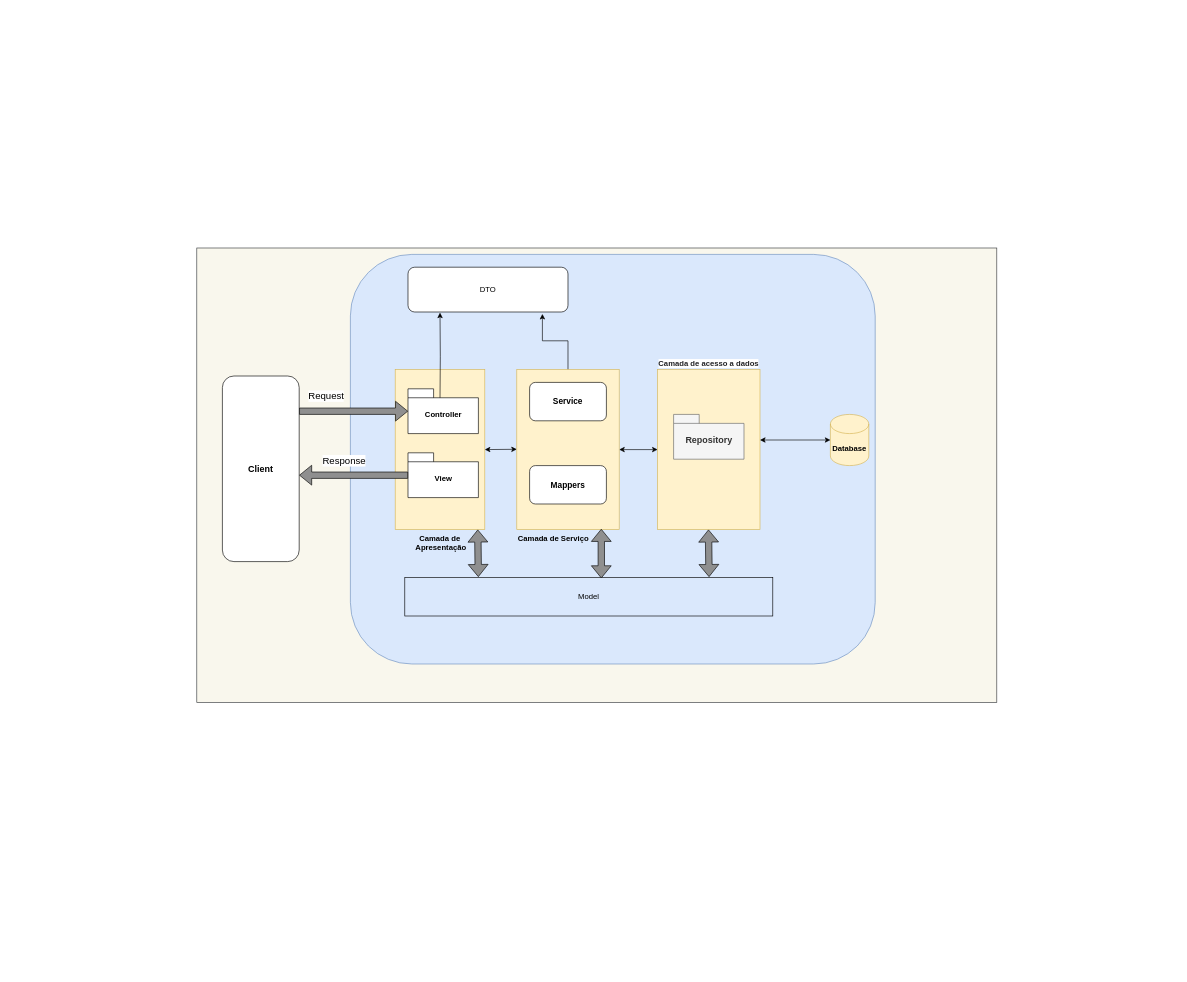
gigibenedetti/MicroServiceSprint1 keeps this draw.io diagram as Untitled Diagram.drawio. Above is the earlier version. Source tidied: cells renumbered, new cells numbered last; positions are measured from the earlier drawing's top-left corner, leaving out a move shared by most shapes. Both pictures are drawn from the tidied source at 64%, with x=0, y=0 at pixel (196, 248).
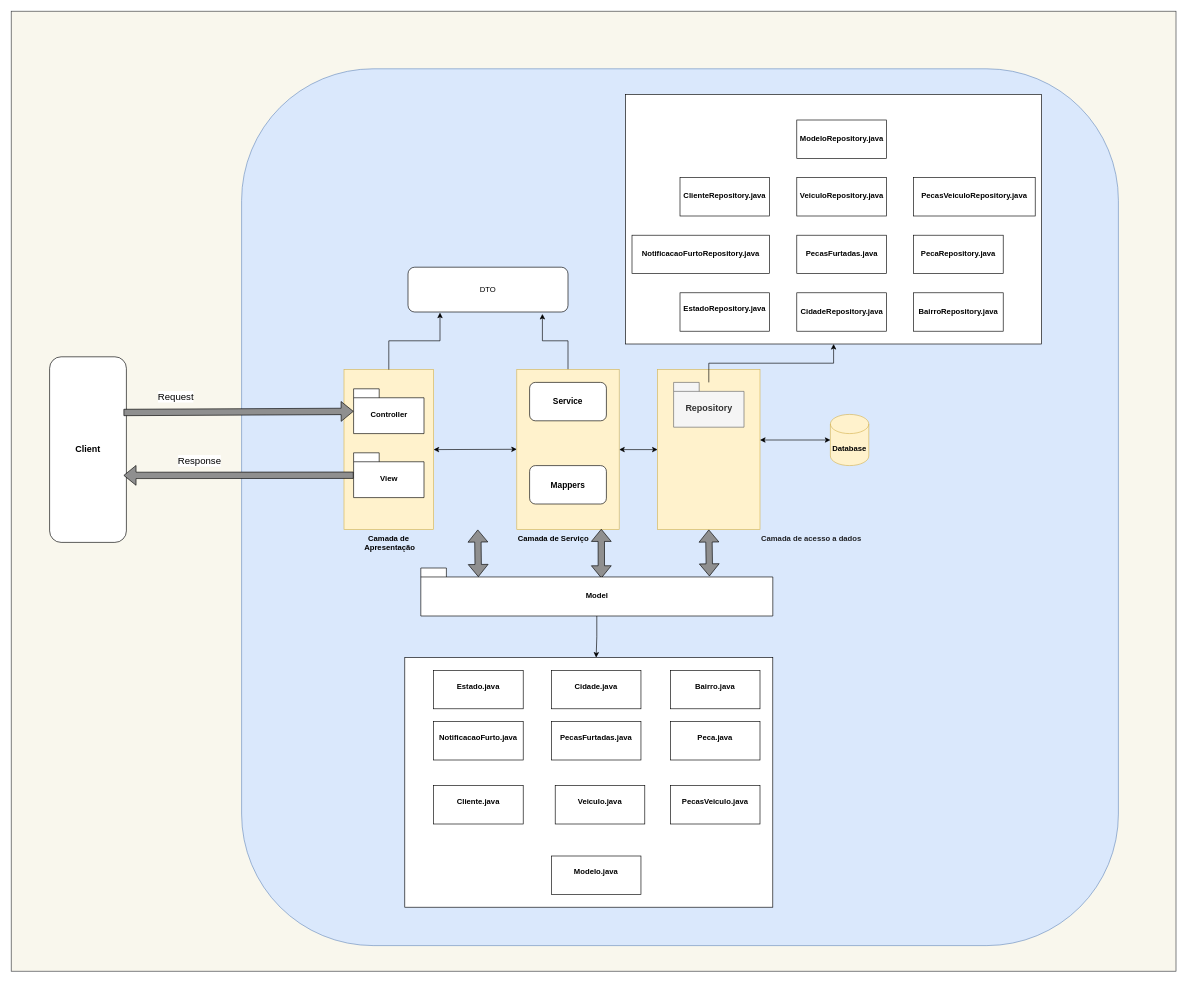
After the change.

The change refers to these unchanged cells:
```xml
<mxCell id="8" value="&lt;b&gt;Camada de Serviço&lt;/b&gt;" style="rounded=0;whiteSpace=wrap;html=1;direction=south;labelPosition=center;verticalLabelPosition=bottom;align=left;verticalAlign=top;fillColor=#fff2cc;strokeColor=#d6b656;" parent="1" vertex="1">
  <mxGeometry x="500" y="190" width="160" height="250" as="geometry" />
</mxCell>
<mxCell id="12" value="DTO" style="rounded=1;whiteSpace=wrap;html=1;" parent="1" vertex="1">
  <mxGeometry x="330" y="30" width="250" height="70" as="geometry" />
</mxCell>
```

The edit, as a diff of the source:
```diff
@@
     <mxCell id="2" style="rounded=0;whiteSpace=wrap;html=1;fillColor=#f9f7ed;strokeColor=#36393d;" parent="1" vertex="1">
-      <mxGeometry width="1250" height="710" as="geometry" />
+      <mxGeometry x="-290" y="-370" width="1820" height="1500" as="geometry" />
     </mxCell>
     <mxCell id="3" style="rounded=1;whiteSpace=wrap;html=1;fillColor=#dae8fc;strokeColor=#6c8ebf;" parent="1" vertex="1">
-      <mxGeometry x="240" y="10" width="820" height="640" as="geometry" />
+      <mxGeometry x="70" y="-280" width="1370" height="1370" as="geometry" />
     </mxCell>
     <mxCell id="4" value="&lt;b&gt;Camada de&lt;br&gt;&amp;nbsp;Apresentação&lt;/b&gt;" style="rounded=0;whiteSpace=wrap;html=1;direction=south;labelPosition=center;verticalLabelPosition=bottom;align=center;verticalAlign=top;fillColor=#fff2cc;strokeColor=#d6b656;" parent="1" vertex="1">
-      <mxGeometry x="310" y="190" width="140" height="250" as="geometry" />
+      <mxGeometry x="230" y="190" width="140" height="250" as="geometry" />
     </mxCell>
-    <mxCell id="5" value="&lt;span style=&quot;color: rgb(32, 33, 36); font-family: arial, sans-serif; font-size: 12px; text-align: left; background-color: rgb(255, 255, 255);&quot;&gt;&lt;b&gt;Camada de acesso a dados&lt;/b&gt;&lt;/span&gt;" style="rounded=0;whiteSpace=wrap;html=1;direction=south;labelPosition=center;verticalLabelPosition=top;align=center;verticalAlign=bottom;fontSize=12;fillColor=#fff2cc;strokeColor=#d6b656;" parent="1" vertex="1">
+    <mxCell id="5" value="&lt;span style=&quot;color: rgb(32 , 33 , 36) ; font-family: &amp;quot;arial&amp;quot; , sans-serif ; font-size: 12px&quot;&gt;&lt;b&gt;Camada de acesso a dados&lt;/b&gt;&lt;/span&gt;" style="rounded=0;whiteSpace=wrap;html=1;direction=south;labelPosition=right;verticalLabelPosition=bottom;align=left;verticalAlign=top;fontSize=12;fillColor=#fff2cc;strokeColor=#d6b656;textDirection=ltr;" parent="1" vertex="1">
       <mxGeometry x="720" y="190" width="160" height="250" as="geometry" />
     </mxCell>
@@
-    <mxCell id="10" style="edgeStyle=orthogonalEdgeStyle;rounded=0;jettySize=auto;html=1;entryX=0.2;entryY=1.014;entryDx=0;entryDy=0;entryPerimeter=0;" parent="1" edge="1" target="12">
-      <mxGeometry relative="1" as="geometry">
-        <mxPoint x="380" y="240" as="sourcePoint" />
-      </mxGeometry>
+    <mxCell id="10" style="edgeStyle=orthogonalEdgeStyle;rounded=0;jettySize=auto;html=1;entryX=0.2;entryY=1.014;entryDx=0;entryDy=0;entryPerimeter=0;exitX=0;exitY=0.5;exitDx=0;exitDy=0;" parent="1" edge="1" source="4" target="12">
+      <mxGeometry relative="1" as="geometry" />
     </mxCell>
@@
     <mxCell id="14" value="Client" style="rounded=1;whiteSpace=wrap;html=1;fontStyle=1;fontSize=14;" parent="1" vertex="1">
-      <mxGeometry x="40" y="200" width="120" height="290" as="geometry" />
+      <mxGeometry x="-230" y="170" width="120" height="290" as="geometry" />
     </mxCell>
     <mxCell id="15" value="View" style="shape=folder;fontStyle=1;spacingTop=10;tabWidth=40;tabHeight=14;tabPosition=left;html=1;" parent="1" vertex="1">
-      <mxGeometry x="330" y="320" width="110" height="70" as="geometry" />
+      <mxGeometry x="245" y="320" width="110" height="70" as="geometry" />
     </mxCell>
     <mxCell id="16" value="Controller" style="shape=folder;fontStyle=1;spacingTop=10;tabWidth=40;tabHeight=14;tabPosition=left;html=1;" parent="1" vertex="1">
-      <mxGeometry x="330" y="220" width="110" height="70" as="geometry" />
+      <mxGeometry x="245" y="220" width="110" height="70" as="geometry" />
     </mxCell>
-    <mxCell id="17" style="shape=flexArrow;endArrow=classic;html=1;rounded=0;labelBackgroundColor=#000000;fontStyle=1;fillColor=#8F8F8F;" parent="1" edge="1" target="16">
-      <mxGeometry relative="1" as="geometry">
-        <mxPoint x="160" y="255" as="sourcePoint" />
-      </mxGeometry>
+    <mxCell id="17" style="shape=flexArrow;endArrow=classic;html=1;rounded=0;labelBackgroundColor=#000000;fontStyle=1;fillColor=#8F8F8F;exitX=0.963;exitY=0.3;exitDx=0;exitDy=0;exitPerimeter=0;" parent="1" edge="1" source="14" target="16">
+      <mxGeometry relative="1" as="geometry" />
     </mxCell>
@@
-    <mxCell id="19" style="shape=flexArrow;endArrow=classic;html=1;rounded=0;labelBackgroundColor=#000000;fontSize=15;fillColor=#8F8F8F;" parent="1" edge="1" source="15">
-      <mxGeometry relative="1" as="geometry">
-        <mxPoint x="160" y="355" as="targetPoint" />
-      </mxGeometry>
+    <mxCell id="19" style="shape=flexArrow;endArrow=classic;html=1;rounded=0;labelBackgroundColor=#000000;fontSize=15;fillColor=#8F8F8F;entryX=0.963;entryY=0.639;entryDx=0;entryDy=0;entryPerimeter=0;" parent="1" edge="1" source="15" target="14">
+      <mxGeometry relative="1" as="geometry" />
     </mxCell>
@@
+    <mxCell id="28" style="edgeStyle=orthogonalEdgeStyle;rounded=0;jettySize=auto;html=1;" parent="1" edge="1" source="21" target="41">
+      <mxGeometry relative="1" as="geometry" />
+    </mxCell>
     <mxCell id="21" value="&lt;font style=&quot;font-size: 14px;&quot;&gt;Repository&lt;/font&gt;" style="shape=folder;fontStyle=1;spacingTop=10;tabWidth=40;tabHeight=14;tabPosition=left;html=1;fontSize=14;fillColor=#f5f5f5;fontColor=#333333;strokeColor=#666666;" parent="1" vertex="1">
-      <mxGeometry x="745" y="260" width="110" height="70" as="geometry" />
+      <mxGeometry x="745" y="210" width="110" height="70" as="geometry" />
     </mxCell>
-    <mxCell id="22" value="Model" style="rounded=0;whiteSpace=wrap;html=1;fontSize=12;fillColor=none;" parent="1" vertex="1">
-      <mxGeometry x="325" y="515" width="575" height="60" as="geometry" />
-    </mxCell>
-    <mxCell id="23" style="shape=flexArrow;endArrow=classic;startArrow=classic;html=1;rounded=0;labelBackgroundColor=#000000;fontSize=12;fillColor=#8F8F8F;entryX=0.996;entryY=0.175;entryDx=0;entryDy=0;entryPerimeter=0;exitX=0.534;exitY=0.017;exitDx=0;exitDy=0;exitPerimeter=0;" parent="1" edge="1" source="22" target="8">
-      <mxGeometry relative="1" as="geometry" />
+    <mxCell id="23" style="shape=flexArrow;endArrow=classic;startArrow=classic;html=1;rounded=0;labelBackgroundColor=#000000;fontSize=12;fillColor=#8F8F8F;entryX=0.996;entryY=0.175;entryDx=0;entryDy=0;entryPerimeter=0;exitX=0.534;exitY=0.017;exitDx=0;exitDy=0;exitPerimeter=0;" parent="1" edge="1" target="8">
+      <mxGeometry relative="1" as="geometry">
+        <mxPoint x="632.1" y="516" as="sourcePoint" />
+      </mxGeometry>
     </mxCell>
-    <mxCell id="24" style="shape=flexArrow;endArrow=classic;startArrow=classic;html=1;rounded=0;labelBackgroundColor=#000000;fontSize=12;fillColor=#8F8F8F;entryX=1;entryY=0.5;entryDx=0;entryDy=0;exitX=0.445;exitY=-0.017;exitDx=0;exitDy=0;exitPerimeter=0;" parent="1" edge="1">
-      <mxGeometry relative="1" as="geometry">
-        <mxPoint x="800.4" y="514" as="sourcePoint" />
-        <mxPoint x="799.5" y="440" as="targetPoint" />
-      </mxGeometry>
+    <mxCell id="24" style="shape=flexArrow;endArrow=classic;startArrow=classic;html=1;rounded=0;labelBackgroundColor=#000000;fontSize=12;fillColor=#8F8F8F;entryX=1;entryY=0.5;entryDx=0;entryDy=0;exitX=0.82;exitY=0.173;exitDx=0;exitDy=0;exitPerimeter=0;" parent="1" edge="1" source="22" target="5">
+      <mxGeometry relative="1" as="geometry" />
     </mxCell>
@@
-    <mxCell id="27" style="endArrow=classic;startArrow=classic;html=1;rounded=0;entryX=0.5;entryY=1;entryDx=0;entryDy=0;" parent="1" edge="1">
+    <mxCell id="27" style="endArrow=classic;startArrow=classic;html=1;rounded=0;entryX=0.5;entryY=1;entryDx=0;entryDy=0;exitX=0.5;exitY=0;exitDx=0;exitDy=0;" parent="1" edge="1" source="4">
       <mxGeometry relative="1" as="geometry">
-        <mxPoint x="450" y="315" as="sourcePoint" />
         <mxPoint x="500" y="314.5" as="targetPoint" />
       </mxGeometry>
     </mxCell>
+    <mxCell id="29" style="rounded=0;whiteSpace=wrap;html=1;align=center;" parent="1" vertex="1">
+      <mxGeometry x="325" y="640" width="575" height="390" as="geometry" />
+    </mxCell>
+    <mxCell id="30" value="&lt;p style=&quot;margin: 0px ; margin-top: 4px ; text-align: center&quot;&gt;&lt;br&gt;&lt;b&gt;Estado.java&lt;/b&gt;&lt;/p&gt;&lt;p style=&quot;margin: 0px ; margin-top: 4px ; text-align: center&quot;&gt;&lt;b&gt;&lt;br&gt;&lt;/b&gt;&lt;/p&gt;&lt;p style=&quot;margin: 0px ; margin-top: 4px ; text-align: center&quot;&gt;&lt;b&gt;&lt;br&gt;&lt;/b&gt;&lt;/p&gt;" style="verticalAlign=top;align=left;overflow=fill;fontSize=12;fontFamily=Helvetica;html=1;" parent="1" vertex="1">
+      <mxGeometry x="370" y="660" width="140" height="60" as="geometry" />
+    </mxCell>
+    <mxCell id="31" value="&lt;p style=&quot;margin: 0px ; margin-top: 4px ; text-align: center&quot;&gt;&lt;br&gt;&lt;b&gt;Modelo.java&lt;/b&gt;&lt;/p&gt;" style="verticalAlign=top;align=left;overflow=fill;fontSize=12;fontFamily=Helvetica;html=1;" parent="1" vertex="1">
+      <mxGeometry x="554" y="950" width="140" height="60" as="geometry" />
+    </mxCell>
+    <mxCell id="32" value="&lt;p style=&quot;margin: 0px ; margin-top: 4px ; text-align: center&quot;&gt;&lt;br&gt;&lt;b&gt;NotificacaoFurto.java&lt;/b&gt;&lt;/p&gt;&lt;p style=&quot;margin: 0px ; margin-top: 4px ; text-align: center&quot;&gt;&lt;b&gt;&lt;br&gt;&lt;/b&gt;&lt;/p&gt;" style="verticalAlign=top;align=left;overflow=fill;fontSize=12;fontFamily=Helvetica;html=1;" parent="1" vertex="1">
+      <mxGeometry x="370" y="740" width="140" height="60" as="geometry" />
+    </mxCell>
+    <mxCell id="33" value="&lt;p style=&quot;margin: 0px ; margin-top: 4px ; text-align: center&quot;&gt;&lt;br&gt;&lt;b&gt;Cliente.java&lt;/b&gt;&lt;/p&gt;" style="verticalAlign=top;align=left;overflow=fill;fontSize=12;fontFamily=Helvetica;html=1;" parent="1" vertex="1">
+      <mxGeometry x="370" y="840" width="140" height="60" as="geometry" />
+    </mxCell>
+    <mxCell id="34" value="&lt;p style=&quot;margin: 0px ; margin-top: 4px ; text-align: center&quot;&gt;&lt;br&gt;&lt;b&gt;Veiculo.java&lt;/b&gt;&lt;/p&gt;" style="verticalAlign=top;align=left;overflow=fill;fontSize=12;fontFamily=Helvetica;html=1;" parent="1" vertex="1">
+      <mxGeometry x="560" y="840" width="140" height="60" as="geometry" />
+    </mxCell>
+    <mxCell id="35" value="&lt;p style=&quot;margin: 0px ; margin-top: 4px ; text-align: center&quot;&gt;&lt;br&gt;&lt;b&gt;PecasFurtadas.java&lt;/b&gt;&lt;/p&gt;" style="verticalAlign=top;align=left;overflow=fill;fontSize=12;fontFamily=Helvetica;html=1;" parent="1" vertex="1">
+      <mxGeometry x="554" y="740" width="140" height="60" as="geometry" />
+    </mxCell>
+    <mxCell id="36" value="&lt;p style=&quot;margin: 0px ; margin-top: 4px ; text-align: center&quot;&gt;&lt;br&gt;&lt;b&gt;Cidade.java&lt;/b&gt;&lt;/p&gt;&lt;p style=&quot;margin: 0px ; margin-top: 4px ; text-align: center&quot;&gt;&lt;b&gt;&lt;br&gt;&lt;/b&gt;&lt;/p&gt;" style="verticalAlign=top;align=left;overflow=fill;fontSize=12;fontFamily=Helvetica;html=1;" parent="1" vertex="1">
+      <mxGeometry x="554" y="660" width="140" height="60" as="geometry" />
+    </mxCell>
+    <mxCell id="37" value="&lt;p style=&quot;margin: 0px ; margin-top: 4px ; text-align: center&quot;&gt;&lt;br&gt;&lt;b&gt;PecasVeiculo.java&lt;/b&gt;&lt;/p&gt;" style="verticalAlign=top;align=left;overflow=fill;fontSize=12;fontFamily=Helvetica;html=1;" parent="1" vertex="1">
+      <mxGeometry x="740" y="840" width="140" height="60" as="geometry" />
+    </mxCell>
+    <mxCell id="38" value="&lt;p style=&quot;margin: 0px ; margin-top: 4px ; text-align: center&quot;&gt;&lt;br&gt;&lt;b&gt;Peca.java&lt;/b&gt;&lt;/p&gt;" style="verticalAlign=top;align=left;overflow=fill;fontSize=12;fontFamily=Helvetica;html=1;" parent="1" vertex="1">
+      <mxGeometry x="740" y="740" width="140" height="60" as="geometry" />
+    </mxCell>
+    <mxCell id="39" value="&lt;p style=&quot;margin: 0px ; margin-top: 4px ; text-align: center&quot;&gt;&lt;br&gt;&lt;b&gt;Bairro.java&lt;/b&gt;&lt;/p&gt;&lt;p style=&quot;margin: 0px ; margin-top: 4px ; text-align: center&quot;&gt;&lt;b&gt;&lt;br&gt;&lt;/b&gt;&lt;/p&gt;" style="verticalAlign=top;align=left;overflow=fill;fontSize=12;fontFamily=Helvetica;html=1;" parent="1" vertex="1">
+      <mxGeometry x="740" y="660" width="140" height="60" as="geometry" />
+    </mxCell>
+    <mxCell id="40" style="edgeStyle=orthogonalEdgeStyle;rounded=0;jettySize=auto;html=1;" parent="1" edge="1" source="22">
+      <mxGeometry relative="1" as="geometry">
+        <mxPoint x="624" y="640" as="targetPoint" />
+      </mxGeometry>
+    </mxCell>
+    <mxCell id="22" value="Model" style="shape=folder;fontStyle=1;spacingTop=10;tabWidth=40;tabHeight=14;tabPosition=left;html=1;align=center;" parent="1" vertex="1">
+      <mxGeometry x="350" y="500" width="550" height="75" as="geometry" />
+    </mxCell>
+    <mxCell id="41" style="rounded=0;whiteSpace=wrap;html=1;align=center;" parent="1" vertex="1">
+      <mxGeometry x="670" y="-240" width="650" height="390" as="geometry" />
+    </mxCell>
+    <mxCell id="42" value="&lt;p style=&quot;margin: 0px ; margin-top: 4px ; text-align: center&quot;&gt;&lt;br&gt;&lt;b&gt;EstadoRepository.java&lt;/b&gt;&lt;/p&gt;&lt;p style=&quot;margin: 0px ; margin-top: 4px ; text-align: center&quot;&gt;&lt;b&gt;&lt;br&gt;&lt;/b&gt;&lt;/p&gt;&lt;p style=&quot;margin: 0px ; margin-top: 4px ; text-align: center&quot;&gt;&lt;b&gt;&lt;br&gt;&lt;/b&gt;&lt;/p&gt;" style="verticalAlign=top;align=left;overflow=fill;fontSize=12;fontFamily=Helvetica;html=1;" parent="1" vertex="1">
+      <mxGeometry x="755" y="70" width="140" height="60" as="geometry" />
+    </mxCell>
+    <mxCell id="43" value="&lt;p style=&quot;margin: 4px 0px 0px&quot;&gt;&lt;br&gt;&lt;/p&gt;&lt;p style=&quot;margin: 4px 0px 0px&quot;&gt;ModeloRepository.java&lt;/p&gt;" style="verticalAlign=top;align=center;overflow=fill;fontSize=12;fontFamily=Helvetica;html=1;fontStyle=1;" parent="1" vertex="1">
+      <mxGeometry x="937.5" y="-200" width="140" height="60" as="geometry" />
+    </mxCell>
+    <mxCell id="44" value="&lt;p style=&quot;margin: 4px 0px 0px&quot;&gt;&lt;b&gt;&lt;br&gt;&lt;/b&gt;&lt;/p&gt;&lt;p style=&quot;margin: 4px 0px 0px&quot;&gt;&lt;b&gt;PecasVeiculoRepository.java&lt;/b&gt;&lt;/p&gt;" style="verticalAlign=top;align=center;overflow=fill;fontSize=12;fontFamily=Helvetica;html=1;" parent="1" vertex="1">
+      <mxGeometry x="1120" y="-110" width="190" height="60" as="geometry" />
+    </mxCell>
+    <mxCell id="45" value="&lt;p style=&quot;margin: 4px 0px 0px&quot;&gt;&lt;b&gt;&lt;br&gt;&lt;/b&gt;&lt;/p&gt;&lt;p style=&quot;margin: 4px 0px 0px&quot;&gt;&lt;b&gt;VeiculoRepository.java&lt;/b&gt;&lt;/p&gt;" style="verticalAlign=top;align=center;overflow=fill;fontSize=12;fontFamily=Helvetica;html=1;" parent="1" vertex="1">
+      <mxGeometry x="937.5" y="-110" width="140" height="60" as="geometry" />
+    </mxCell>
+    <mxCell id="46" value="&lt;p style=&quot;margin: 4px 0px 0px&quot;&gt;&lt;br&gt;&lt;/p&gt;&lt;p style=&quot;margin: 4px 0px 0px&quot;&gt;ClienteRepository.java&lt;/p&gt;" style="verticalAlign=top;align=center;overflow=fill;fontSize=12;fontFamily=Helvetica;html=1;fontStyle=1;" parent="1" vertex="1">
+      <mxGeometry x="755" y="-110" width="140" height="60" as="geometry" />
+    </mxCell>
+    <mxCell id="47" value="&lt;p style=&quot;margin: 4px 0px 0px&quot;&gt;&lt;b&gt;&lt;br&gt;&lt;/b&gt;&lt;/p&gt;&lt;p style=&quot;margin: 4px 0px 0px&quot;&gt;&lt;b&gt;NotificacaoFurtoRepository.java&lt;/b&gt;&lt;/p&gt;&lt;p style=&quot;margin: 4px 0px 0px&quot;&gt;&lt;br&gt;&lt;/p&gt;" style="verticalAlign=top;align=center;overflow=fill;fontSize=12;fontFamily=Helvetica;html=1;" parent="1" vertex="1">
+      <mxGeometry x="680" y="-20" width="215" height="60" as="geometry" />
+    </mxCell>
+    <mxCell id="48" value="&lt;p style=&quot;margin: 0px ; margin-top: 4px ; text-align: center&quot;&gt;&lt;b&gt;&lt;br&gt;&lt;/b&gt;&lt;/p&gt;&lt;p style=&quot;margin: 0px ; margin-top: 4px ; text-align: center&quot;&gt;&lt;b&gt;PecasFurtadas.java&lt;/b&gt;&lt;/p&gt;" style="verticalAlign=top;align=left;overflow=fill;fontSize=12;fontFamily=Helvetica;html=1;" parent="1" vertex="1">
+      <mxGeometry x="937.5" y="-20" width="140" height="60" as="geometry" />
+    </mxCell>
+    <mxCell id="49" value="&lt;p style=&quot;margin: 4px 0px 0px&quot;&gt;&lt;br&gt;&lt;/p&gt;&lt;p style=&quot;margin: 4px 0px 0px&quot;&gt;CidadeRepository.java&lt;/p&gt;&lt;p style=&quot;margin: 4px 0px 0px&quot;&gt;&lt;br&gt;&lt;/p&gt;" style="verticalAlign=top;align=center;overflow=fill;fontSize=12;fontFamily=Helvetica;html=1;fontStyle=1;" parent="1" vertex="1">
+      <mxGeometry x="937.5" y="70" width="140" height="60" as="geometry" />
+    </mxCell>
+    <mxCell id="50" value="&lt;p style=&quot;margin: 0px ; margin-top: 4px ; text-align: center&quot;&gt;&lt;br&gt;&lt;/p&gt;&lt;p style=&quot;text-align: center ; margin: 4px 0px 0px&quot;&gt;PecaRepository.java&lt;/p&gt;" style="verticalAlign=top;align=left;overflow=fill;fontSize=12;fontFamily=Helvetica;html=1;fontStyle=1;" parent="1" vertex="1">
+      <mxGeometry x="1120" y="-20" width="140" height="60" as="geometry" />
+    </mxCell>
+    <mxCell id="51" value="&lt;p style=&quot;margin: 4px 0px 0px&quot;&gt;&lt;b&gt;&lt;br&gt;&lt;/b&gt;&lt;/p&gt;&lt;p style=&quot;margin: 4px 0px 0px&quot;&gt;&lt;b&gt;BairroRepository.java&lt;/b&gt;&lt;/p&gt;" style="verticalAlign=top;align=center;overflow=fill;fontSize=12;fontFamily=Helvetica;html=1;" parent="1" vertex="1">
+      <mxGeometry x="1120" y="70" width="140" height="60" as="geometry" />
+    </mxCell>
```
